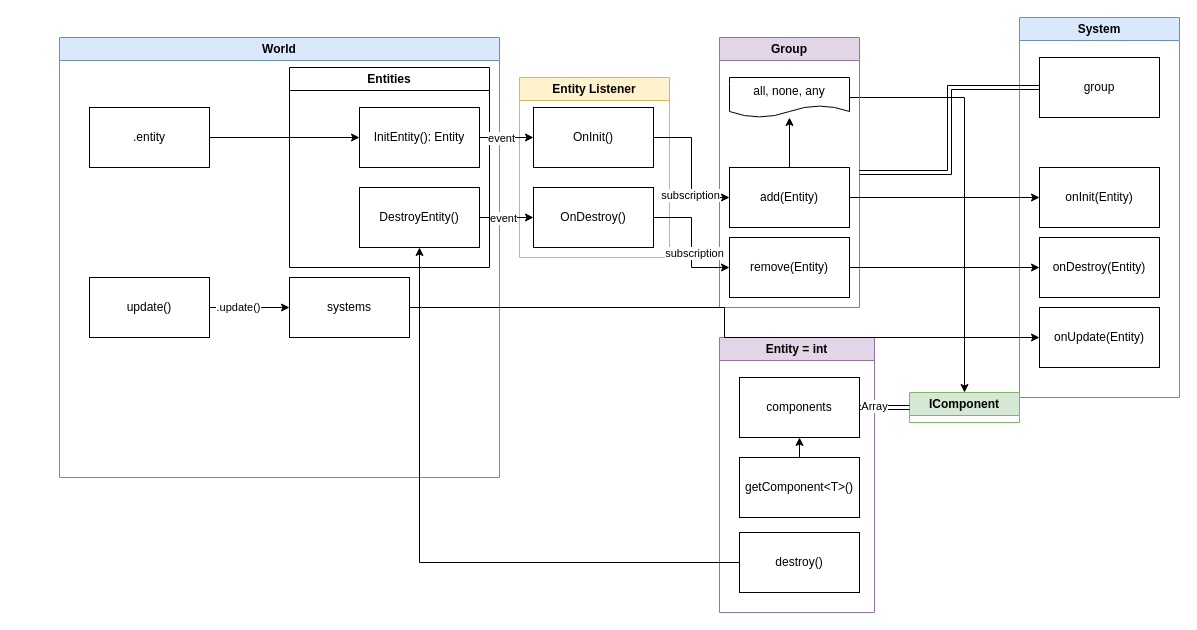
Earlier version of the draw.io diagram architecture.drawio (LargonG/kote-engine). Source tidied: cells renumbered, new cells numbered last; positions are measured from the earlier drawing's top-left corner, leaving out a move shared by most shapes. Both pictures are drawn from the tidied source at 100%, with x=0, y=0 at pixel (59, 17).
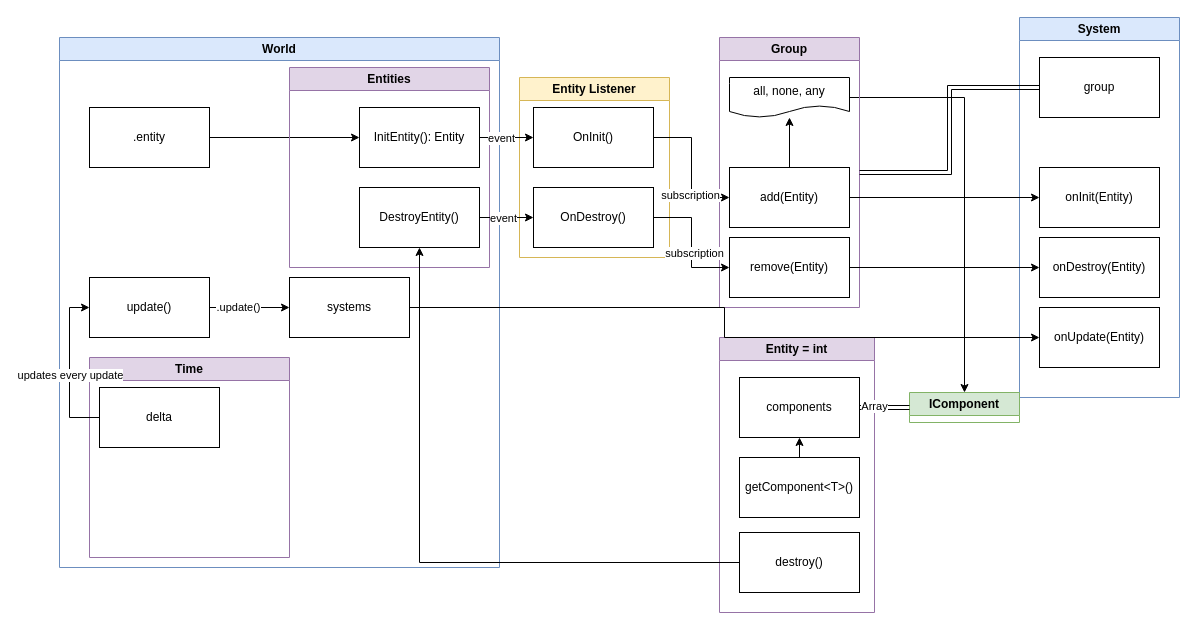
The same diagram, later.

Commit message:
Added time object to World

The change refers to these unchanged cells:
```xml
<mxCell id="13" value="update()" style="whiteSpace=wrap;html=1;" parent="5" vertex="1">
  <mxGeometry x="30" y="240" width="120" height="60" as="geometry" />
</mxCell>
```

What changed in the source:
```diff
@@
     <mxCell id="5" value="World" style="swimlane;whiteSpace=wrap;html=1;fillColor=#dae8fc;strokeColor=#6c8ebf;" parent="1" vertex="1">
-      <mxGeometry y="20" width="440" height="440" as="geometry" />
+      <mxGeometry y="20" width="440" height="530" as="geometry" />
     </mxCell>
@@
-    <mxCell id="8" value="Entities" style="swimlane;whiteSpace=wrap;html=1;startSize=23;" parent="5" vertex="1">
+    <mxCell id="8" value="Entities" style="swimlane;whiteSpace=wrap;html=1;startSize=23;fillColor=#e1d5e7;strokeColor=#9673a6;" parent="5" vertex="1">
       <mxGeometry x="230" y="30" width="200" height="200" as="geometry" />
     </mxCell>
@@
+    <mxCell id="47" value="Time" style="swimlane;whiteSpace=wrap;html=1;fillColor=#e1d5e7;strokeColor=#9673a6;" parent="5" vertex="1">
+      <mxGeometry x="30" y="320" width="200" height="200" as="geometry" />
+    </mxCell>
+    <mxCell id="48" value="delta" style="rounded=0;whiteSpace=wrap;html=1;" parent="47" vertex="1">
+      <mxGeometry x="10" y="30" width="120" height="60" as="geometry" />
+    </mxCell>
+    <mxCell id="49" style="edgeStyle=orthogonalEdgeStyle;rounded=0;jettySize=auto;html=1;entryX=0;entryY=0.5;entryDx=0;entryDy=0;exitX=0;exitY=0.5;exitDx=0;exitDy=0;" parent="5" edge="1" source="48" target="13">
+      <mxGeometry relative="1" as="geometry" />
+    </mxCell>
+    <mxCell id="50" value="updates every update" style="edgeLabel;html=1;align=center;verticalAlign=middle;" parent="49" vertex="1">
+      <mxGeometry x="-0.09" relative="1" as="geometry" />
+    </mxCell>
```
